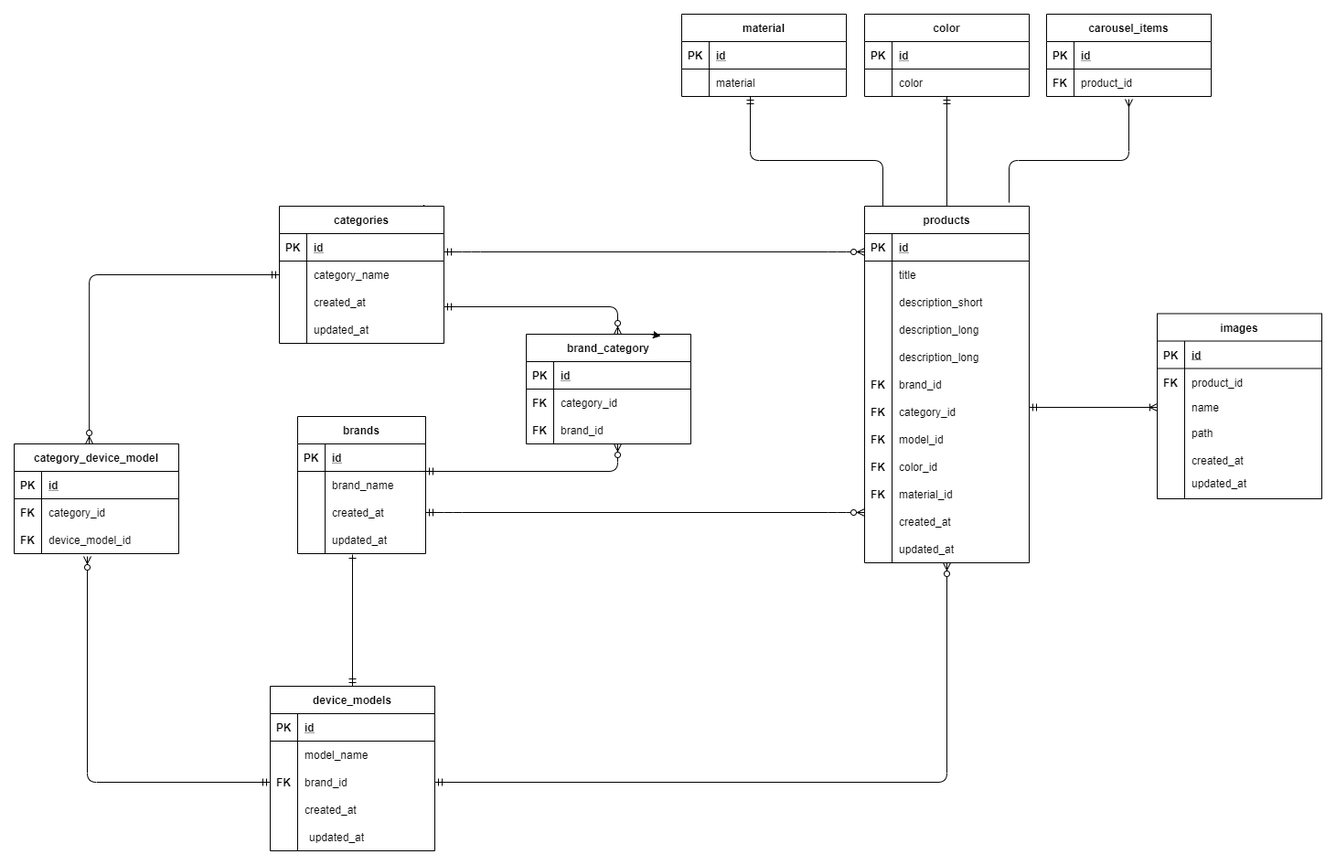
This is src/assets/dbDiagrams/category_brand_model_product.png from hazincak/PortfolioWebsite, a draw.io export, as it was before one commit. Source tidied: cells renumbered, new cells last; positions are measured from the earlier drawing's top-left corner, leaving out a move shared by most shapes.
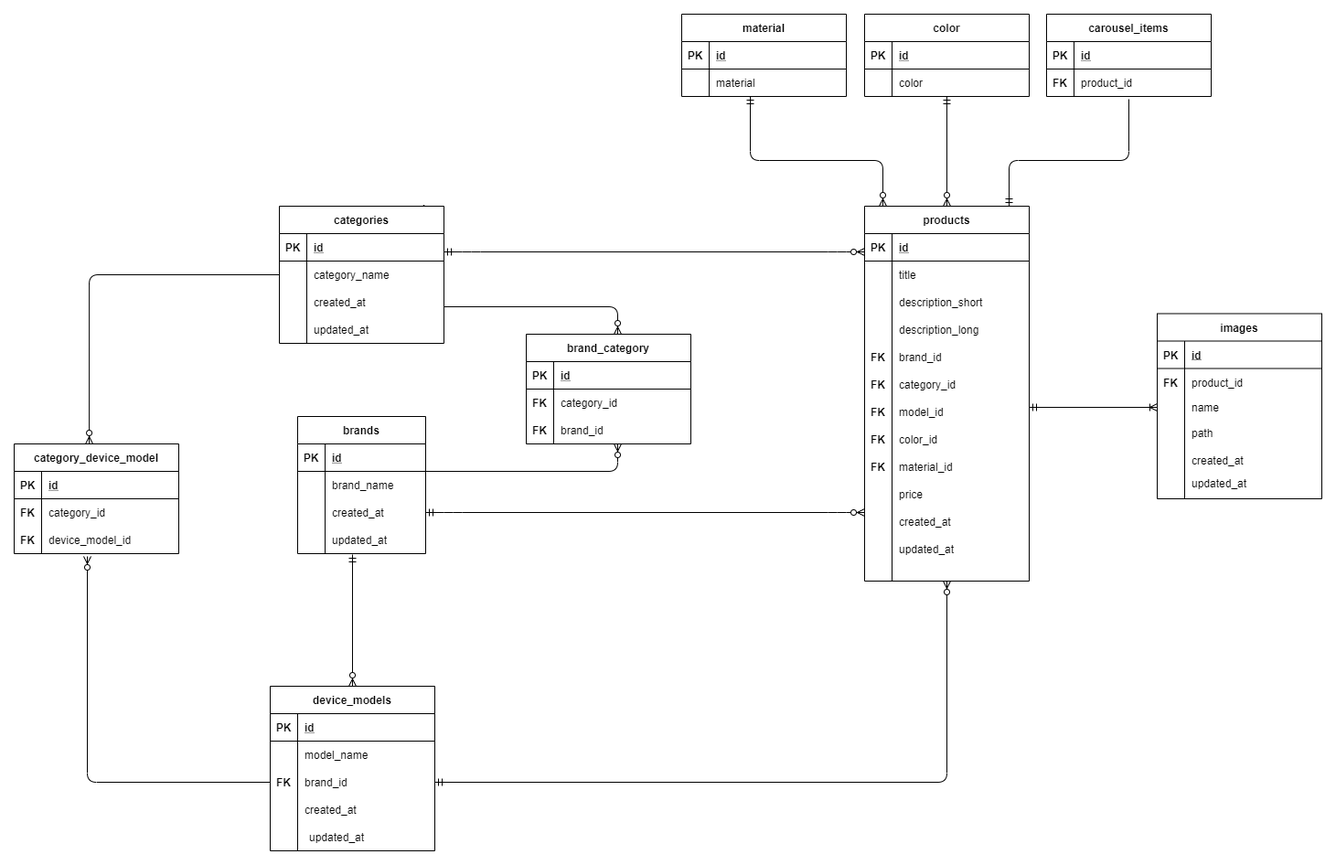
The same file after the commit.

What changed in the source:
```diff
@@ -35,27 +35,9 @@
     <mxCell id="12" value="created_at" style="shape=partialRectangle;fillColor=none;top=0;left=0;bottom=0;right=0;align=left;spacingLeft=6;overflow=hidden;" parent="10" vertex="1">
       <mxGeometry x="30" width="150" height="30" as="geometry" />
     </mxCell>
-    <mxCell id="13" value="description_long" style="shape=partialRectangle;fillColor=none;top=0;left=0;bottom=0;right=0;align=left;spacingLeft=6;overflow=hidden;" parent="1" vertex="1">
-      <mxGeometry x="960" y="360" width="150" height="30" as="geometry" />
-    </mxCell>
-    <mxCell id="14" value="brand_id" style="shape=partialRectangle;fillColor=none;top=0;left=0;bottom=0;right=0;align=left;spacingLeft=6;overflow=hidden;" parent="1" vertex="1">
+    <mxCell id="14" style="shape=partialRectangle;fillColor=none;top=0;left=0;bottom=0;right=0;align=left;spacingLeft=6;overflow=hidden;" parent="1" vertex="1">
       <mxGeometry x="960" y="390" width="150" height="30" as="geometry" />
     </mxCell>
-    <mxCell id="15" value="category_id" style="shape=partialRectangle;fillColor=none;top=0;left=0;bottom=0;right=0;align=left;spacingLeft=6;overflow=hidden;" parent="1" vertex="1">
-      <mxGeometry x="960" y="420" width="150" height="30" as="geometry" />
-    </mxCell>
-    <mxCell id="16" value="model_id" style="shape=partialRectangle;fillColor=none;top=0;left=0;bottom=0;right=0;align=left;spacingLeft=6;overflow=hidden;" parent="1" vertex="1">
-      <mxGeometry x="960" y="450" width="150" height="30" as="geometry" />
-    </mxCell>
-    <mxCell id="17" value="color_id" style="shape=partialRectangle;fillColor=none;top=0;left=0;bottom=0;right=0;align=left;spacingLeft=6;overflow=hidden;" parent="1" vertex="1">
-      <mxGeometry x="960" y="480" width="150" height="30" as="geometry" />
-    </mxCell>
-    <mxCell id="18" value="material_id" style="shape=partialRectangle;fillColor=none;top=0;left=0;bottom=0;right=0;align=left;spacingLeft=6;overflow=hidden;" parent="1" vertex="1">
-      <mxGeometry x="960" y="510" width="150" height="30" as="geometry" />
-    </mxCell>
-    <mxCell id="19" value="created_at" style="shape=partialRectangle;fillColor=none;top=0;left=0;bottom=0;right=0;align=left;spacingLeft=6;overflow=hidden;" parent="1" vertex="1">
-      <mxGeometry x="960" y="540" width="150" height="30" as="geometry" />
-    </mxCell>
     <mxCell id="20" value="FK" style="shape=partialRectangle;fillColor=none;top=0;left=0;bottom=0;right=0;fontStyle=1;overflow=hidden;" parent="1" vertex="1">
       <mxGeometry x="930" y="390" width="30" height="30" as="geometry" />
     </mxCell>
@@ -65,12 +47,9 @@
     <mxCell id="22" value="FK" style="shape=partialRectangle;fillColor=none;top=0;left=0;bottom=0;right=0;fontStyle=1;overflow=hidden;" parent="1" vertex="1">
       <mxGeometry x="930" y="450" width="30" height="30" as="geometry" />
     </mxCell>
-    <mxCell id="23" value="FK" style="shape=partialRectangle;fillColor=none;top=0;left=0;bottom=0;right=0;fontStyle=1;overflow=hidden;" parent="1" vertex="1">
+    <mxCell id="23" style="shape=partialRectangle;fillColor=none;top=0;left=0;bottom=0;right=0;fontStyle=1;overflow=hidden;" parent="1" vertex="1">
       <mxGeometry x="930" y="480" width="30" height="30" as="geometry" />
     </mxCell>
-    <mxCell id="24" value="FK" style="shape=partialRectangle;fillColor=none;top=0;left=0;bottom=0;right=0;fontStyle=1;overflow=hidden;" parent="1" vertex="1">
-      <mxGeometry x="930" y="510" width="30" height="30" as="geometry" />
-    </mxCell>
     <mxCell id="25" value="category_device_model" style="shape=table;startSize=30;rowLines=0;fontStyle=1;align=center;" parent="1" vertex="1">
       <mxGeometry y="470" width="180" height="120" as="geometry" />
     </mxCell>
@@ -101,9 +80,6 @@
     <mxCell id="34" value="device_model_id" style="shape=partialRectangle;fillColor=none;top=0;left=0;bottom=0;right=0;align=left;spacingLeft=6;overflow=hidden;" parent="32" vertex="1">
       <mxGeometry x="30" width="150" height="30" as="geometry" />
     </mxCell>
-    <mxCell id="35" value="updated_at" style="shape=partialRectangle;fillColor=none;top=0;left=0;bottom=0;right=0;align=left;spacingLeft=6;overflow=hidden;" parent="1" vertex="1">
-      <mxGeometry x="960" y="570" width="150" height="30" as="geometry" />
-    </mxCell>
     <mxCell id="36" style="shape=partialRectangle;fillColor=none;top=0;left=0;bottom=0;right=0;" parent="1" vertex="1">
       <mxGeometry x="285" y="885" width="180" height="30" as="geometry" />
     </mxCell>
@@ -144,7 +120,7 @@
       <mxGeometry x="30" width="150" height="30" as="geometry" />
     </mxCell>
     <mxCell id="49" value="products" style="shape=table;startSize=30;rowLines=0;fontStyle=1;align=center;" parent="1" vertex="1">
-      <mxGeometry x="930" y="210" width="180" height="390" as="geometry" />
+      <mxGeometry x="930" y="210" width="180" height="410" as="geometry" />
     </mxCell>
     <mxCell id="50" style="shape=partialRectangle;fillColor=none;top=0;left=0;bottom=1;right=0;" parent="49" vertex="1">
       <mxGeometry y="30" width="180" height="30" as="geometry" />
@@ -176,12 +152,84 @@
     <mxCell id="59" style="shape=partialRectangle;fillColor=none;top=0;left=0;bottom=0;right=0;" parent="49" vertex="1">
       <mxGeometry y="120" width="180" height="30" as="geometry" />
     </mxCell>
-    <mxCell id="60" style="shape=partialRectangle;fillColor=none;top=0;left=0;bottom=0;right=0;overflow=hidden;" parent="59" vertex="1">
+    <mxCell id="60" style="shape=partialRectangle;fillColor=none;top=0;left=0;bottom=0;right=0;overflow=hidden;fontStyle=1;" parent="59" vertex="1">
       <mxGeometry width="30" height="30" as="geometry" />
     </mxCell>
     <mxCell id="61" value="description_long" style="shape=partialRectangle;fillColor=none;top=0;left=0;bottom=0;right=0;align=left;spacingLeft=6;overflow=hidden;" parent="59" vertex="1">
       <mxGeometry x="30" width="150" height="30" as="geometry" />
     </mxCell>
+    <mxCell id="142" style="shape=partialRectangle;fillColor=none;top=0;left=0;bottom=0;right=0;" parent="49" vertex="1">
+      <mxGeometry y="150" width="180" height="30" as="geometry" />
+    </mxCell>
+    <mxCell id="143" value="FK" style="shape=partialRectangle;fillColor=none;top=0;left=0;bottom=0;right=0;overflow=hidden;fontStyle=1;" parent="142" vertex="1">
+      <mxGeometry width="30" height="30" as="geometry" />
+    </mxCell>
+    <mxCell id="144" value="brand_id" style="shape=partialRectangle;fillColor=none;top=0;left=0;bottom=0;right=0;align=left;spacingLeft=6;overflow=hidden;" parent="142" vertex="1">
+      <mxGeometry x="30" width="150" height="30" as="geometry" />
+    </mxCell>
+    <mxCell id="145" style="shape=partialRectangle;fillColor=none;top=0;left=0;bottom=0;right=0;" parent="49" vertex="1">
+      <mxGeometry y="180" width="180" height="30" as="geometry" />
+    </mxCell>
+    <mxCell id="146" style="shape=partialRectangle;fillColor=none;top=0;left=0;bottom=0;right=0;overflow=hidden;fontStyle=1;" parent="145" vertex="1">
+      <mxGeometry width="30" height="30" as="geometry" />
+    </mxCell>
+    <mxCell id="15" value="category_id" style="shape=partialRectangle;fillColor=none;top=0;left=0;bottom=0;right=0;align=left;spacingLeft=6;overflow=hidden;" parent="145" vertex="1">
+      <mxGeometry x="30" width="150" height="30" as="geometry" />
+    </mxCell>
+    <mxCell id="147" style="shape=partialRectangle;fillColor=none;top=0;left=0;bottom=0;right=0;" parent="49" vertex="1">
+      <mxGeometry y="210" width="180" height="30" as="geometry" />
+    </mxCell>
+    <mxCell id="148" style="shape=partialRectangle;fillColor=none;top=0;left=0;bottom=0;right=0;overflow=hidden;fontStyle=1;" parent="147" vertex="1">
+      <mxGeometry width="30" height="30" as="geometry" />
+    </mxCell>
+    <mxCell id="16" value="model_id" style="shape=partialRectangle;fillColor=none;top=0;left=0;bottom=0;right=0;align=left;spacingLeft=6;overflow=hidden;" parent="147" vertex="1">
+      <mxGeometry x="30" width="150" height="30" as="geometry" />
+    </mxCell>
+    <mxCell id="149" style="shape=partialRectangle;fillColor=none;top=0;left=0;bottom=0;right=0;" parent="49" vertex="1">
+      <mxGeometry y="240" width="180" height="30" as="geometry" />
+    </mxCell>
+    <mxCell id="150" style="shape=partialRectangle;fillColor=none;top=0;left=0;bottom=0;right=0;overflow=hidden;fontStyle=1;" parent="149" vertex="1">
+      <mxGeometry width="30" height="30" as="geometry" />
+    </mxCell>
+    <mxCell id="17" value="color_id" style="shape=partialRectangle;fillColor=none;top=0;left=0;bottom=0;right=0;align=left;spacingLeft=6;overflow=hidden;" parent="149" vertex="1">
+      <mxGeometry x="30" width="150" height="30" as="geometry" />
+    </mxCell>
+    <mxCell id="151" style="shape=partialRectangle;fillColor=none;top=0;left=0;bottom=0;right=0;" parent="49" vertex="1">
+      <mxGeometry y="270" width="180" height="30" as="geometry" />
+    </mxCell>
+    <mxCell id="152" value="FK" style="shape=partialRectangle;fillColor=none;top=0;left=0;bottom=0;right=0;overflow=hidden;fontStyle=1;" parent="151" vertex="1">
+      <mxGeometry width="30" height="30" as="geometry" />
+    </mxCell>
+    <mxCell id="18" value="material_id" style="shape=partialRectangle;fillColor=none;top=0;left=0;bottom=0;right=0;align=left;spacingLeft=6;overflow=hidden;" parent="151" vertex="1">
+      <mxGeometry x="30" width="150" height="30" as="geometry" />
+    </mxCell>
+    <mxCell id="153" style="shape=partialRectangle;fillColor=none;top=0;left=0;bottom=0;right=0;" parent="49" vertex="1">
+      <mxGeometry y="300" width="180" height="30" as="geometry" />
+    </mxCell>
+    <mxCell id="154" style="shape=partialRectangle;fillColor=none;top=0;left=0;bottom=0;right=0;overflow=hidden;fontStyle=1;" parent="153" vertex="1">
+      <mxGeometry width="30" height="30" as="geometry" />
+    </mxCell>
+    <mxCell id="155" value="price" style="shape=partialRectangle;fillColor=none;top=0;left=0;bottom=0;right=0;align=left;spacingLeft=6;overflow=hidden;" parent="153" vertex="1">
+      <mxGeometry x="30" width="150" height="30" as="geometry" />
+    </mxCell>
+    <mxCell id="156" style="shape=partialRectangle;fillColor=none;top=0;left=0;bottom=0;right=0;" parent="49" vertex="1">
+      <mxGeometry y="330" width="180" height="30" as="geometry" />
+    </mxCell>
+    <mxCell id="157" style="shape=partialRectangle;fillColor=none;top=0;left=0;bottom=0;right=0;overflow=hidden;fontStyle=1;" parent="156" vertex="1">
+      <mxGeometry width="30" height="30" as="geometry" />
+    </mxCell>
+    <mxCell id="19" value="created_at" style="shape=partialRectangle;fillColor=none;top=0;left=0;bottom=0;right=0;align=left;spacingLeft=6;overflow=hidden;" parent="156" vertex="1">
+      <mxGeometry x="30" width="150" height="30" as="geometry" />
+    </mxCell>
+    <mxCell id="158" style="shape=partialRectangle;fillColor=none;top=0;left=0;bottom=0;right=0;" parent="49" vertex="1">
+      <mxGeometry y="360" width="180" height="30" as="geometry" />
+    </mxCell>
+    <mxCell id="159" style="shape=partialRectangle;fillColor=none;top=0;left=0;bottom=0;right=0;overflow=hidden;fontStyle=1;" parent="158" vertex="1">
+      <mxGeometry width="30" height="30" as="geometry" />
+    </mxCell>
+    <mxCell id="35" value="updated_at" style="shape=partialRectangle;fillColor=none;top=0;left=0;bottom=0;right=0;align=left;spacingLeft=6;overflow=hidden;" parent="158" vertex="1">
+      <mxGeometry x="30" width="150" height="30" as="geometry" />
+    </mxCell>
     <mxCell id="62" style="edgeStyle=orthogonalEdgeStyle;fontSize=12;html=1;endArrow=ERzeroToMany;entryX=0.5;entryY=1;entryDx=0;entryDy=0;endFill=1;startArrow=ERmandOne;startFill=0;exitX=1;exitY=0.5;exitDx=0;exitDy=0;" parent="1" edge="1" source="136" target="49">
       <mxGeometry relative="1" as="geometry">
         <Array as="points">
@@ -228,10 +276,7 @@
     <mxCell id="75" value="updated_at" style="shape=partialRectangle;fillColor=none;top=0;left=0;bottom=0;right=0;align=left;spacingLeft=6;overflow=hidden;" parent="73" vertex="1">
       <mxGeometry x="30" width="110" height="30" as="geometry" />
     </mxCell>
-    <mxCell id="76" style="edgeStyle=none;rounded=0;orthogonalLoop=1;jettySize=auto;html=1;exitX=0.75;exitY=0;exitDx=0;exitDy=0;entryX=0.817;entryY=0.017;entryDx=0;entryDy=0;entryPerimeter=0;" parent="1" edge="1" source="39" target="39">
-      <mxGeometry relative="1" as="geometry" />
-    </mxCell>
-    <mxCell id="77" style="edgeStyle=orthogonalEdgeStyle;fontSize=12;html=1;endArrow=ERzeroToMany;startArrow=ERmandOne;startFill=0;endFill=1;" parent="1" edge="1">
+    <mxCell id="77" style="edgeStyle=orthogonalEdgeStyle;fontSize=12;html=1;endArrow=ERzeroToMany;startArrow=none;startFill=0;endFill=1;" parent="1" edge="1">
       <mxGeometry relative="1" as="geometry">
         <mxPoint x="470" y="320" as="sourcePoint" />
         <mxPoint x="660" y="350" as="targetPoint" />
@@ -240,12 +285,12 @@
         </Array>
       </mxGeometry>
     </mxCell>
-    <mxCell id="78" style="fontSize=12;html=1;endArrow=ERmandOne;endFill=0;startArrow=ERone;startFill=0;entryX=0.5;entryY=0;entryDx=0;entryDy=0;" parent="1" edge="1" target="129">
+    <mxCell id="78" style="fontSize=12;html=1;endArrow=ERzeroToMany;endFill=1;startArrow=ERmandOne;startFill=0;entryX=0.5;entryY=0;entryDx=0;entryDy=0;" parent="1" edge="1" target="129">
       <mxGeometry relative="1" as="geometry">
         <mxPoint x="370" y="591" as="sourcePoint" />
       </mxGeometry>
     </mxCell>
-    <mxCell id="79" style="edgeStyle=orthogonalEdgeStyle;fontSize=12;html=1;endArrow=ERzeroToMany;endFill=1;startArrow=ERmandOne;startFill=0;" parent="1" edge="1">
+    <mxCell id="79" style="edgeStyle=orthogonalEdgeStyle;fontSize=12;html=1;endArrow=ERzeroToMany;endFill=1;startArrow=none;startFill=0;" parent="1" edge="1">
       <mxGeometry relative="1" as="geometry">
         <mxPoint x="450" y="500" as="sourcePoint" />
         <mxPoint x="660" y="470" as="targetPoint" />
@@ -255,7 +300,7 @@
         </Array>
       </mxGeometry>
     </mxCell>
-    <mxCell id="80" style="edgeStyle=orthogonalEdgeStyle;fontSize=12;html=1;endArrow=ERzeroToMany;endFill=1;entryX=0.456;entryY=0;entryDx=0;entryDy=0;entryPerimeter=0;exitX=0;exitY=0.5;exitDx=0;exitDy=0;startArrow=ERmandOne;startFill=0;" parent="1" edge="1" source="7" target="25">
+    <mxCell id="80" style="edgeStyle=orthogonalEdgeStyle;fontSize=12;html=1;endArrow=ERzeroToMany;endFill=1;entryX=0.456;entryY=0;entryDx=0;entryDy=0;entryPerimeter=0;exitX=0;exitY=0.5;exitDx=0;exitDy=0;startArrow=none;startFill=0;" parent="1" edge="1" source="7" target="25">
       <mxGeometry relative="1" as="geometry">
         <Array as="points">
           <mxPoint x="82" y="285" />
@@ -265,7 +310,7 @@
     <mxCell id="81" value="updated_at" style="shape=partialRectangle;fillColor=none;top=0;left=0;bottom=0;right=0;align=left;spacingLeft=6;overflow=hidden;" parent="1" vertex="1">
       <mxGeometry x="320" y="330" width="150" height="30" as="geometry" />
     </mxCell>
-    <mxCell id="82" style="edgeStyle=orthogonalEdgeStyle;fontSize=12;html=1;endArrow=ERzeroToMany;endFill=1;exitX=0;exitY=0.5;exitDx=0;exitDy=0;startArrow=ERmandOne;startFill=0;" parent="1" edge="1" source="136">
+    <mxCell id="82" style="edgeStyle=orthogonalEdgeStyle;fontSize=12;html=1;endArrow=ERzeroToMany;endFill=1;exitX=0;exitY=0.5;exitDx=0;exitDy=0;startArrow=none;startFill=0;" parent="1" edge="1" source="136">
       <mxGeometry relative="1" as="geometry">
         <mxPoint x="80" y="593" as="targetPoint" />
         <Array as="points">
@@ -347,7 +392,7 @@
     <mxCell id="105" value="product_id" style="shape=partialRectangle;fillColor=none;top=0;left=0;bottom=0;right=0;align=left;spacingLeft=6;overflow=hidden;" parent="103" vertex="1">
       <mxGeometry x="30" width="150" height="30" as="geometry" />
     </mxCell>
-    <mxCell id="106" style="edgeStyle=orthogonalEdgeStyle;fontSize=12;html=1;endArrow=ERmandOne;" parent="1" edge="1" source="49">
+    <mxCell id="106" style="edgeStyle=orthogonalEdgeStyle;fontSize=12;html=1;endArrow=ERmandOne;startArrow=ERzeroToMany;startFill=1;endFill=0;" parent="1" edge="1" source="49">
       <mxGeometry relative="1" as="geometry">
         <mxPoint x="805" y="90" as="targetPoint" />
         <Array as="points">
@@ -356,11 +401,12 @@
         </Array>
       </mxGeometry>
     </mxCell>
-    <mxCell id="107" style="fontSize=12;html=1;endArrow=ERmandOne;exitX=0.5;exitY=0;exitDx=0;exitDy=0;" parent="1" edge="1" source="49" target="96">
+    <mxCell id="107" style="fontSize=12;html=1;endArrow=ERmandOne;exitX=0.5;exitY=0;exitDx=0;exitDy=0;startArrow=ERzeroToMany;startFill=1;endFill=0;" parent="1" edge="1" source="49" target="96">
       <mxGeometry relative="1" as="geometry" />
     </mxCell>
-    <mxCell id="108" style="fontSize=12;html=1;endArrow=ERmany;entryX=0.5;entryY=1.1;entryDx=0;entryDy=0;entryPerimeter=0;edgeStyle=orthogonalEdgeStyle;exitX=0.878;exitY=-0.01;exitDx=0;exitDy=0;exitPerimeter=0;" parent="1" edge="1" source="49" target="103">
+    <mxCell id="108" style="fontSize=12;html=1;endArrow=none;entryX=0.5;entryY=1.1;entryDx=0;entryDy=0;entryPerimeter=0;edgeStyle=orthogonalEdgeStyle;endFill=0;startArrow=ERmandOne;startFill=0;" parent="1" edge="1" target="103">
       <mxGeometry relative="1" as="geometry">
+        <mxPoint x="1088" y="210" as="sourcePoint" />
         <Array as="points">
           <mxPoint x="1088" y="160" />
           <mxPoint x="1219" y="160" />
```
